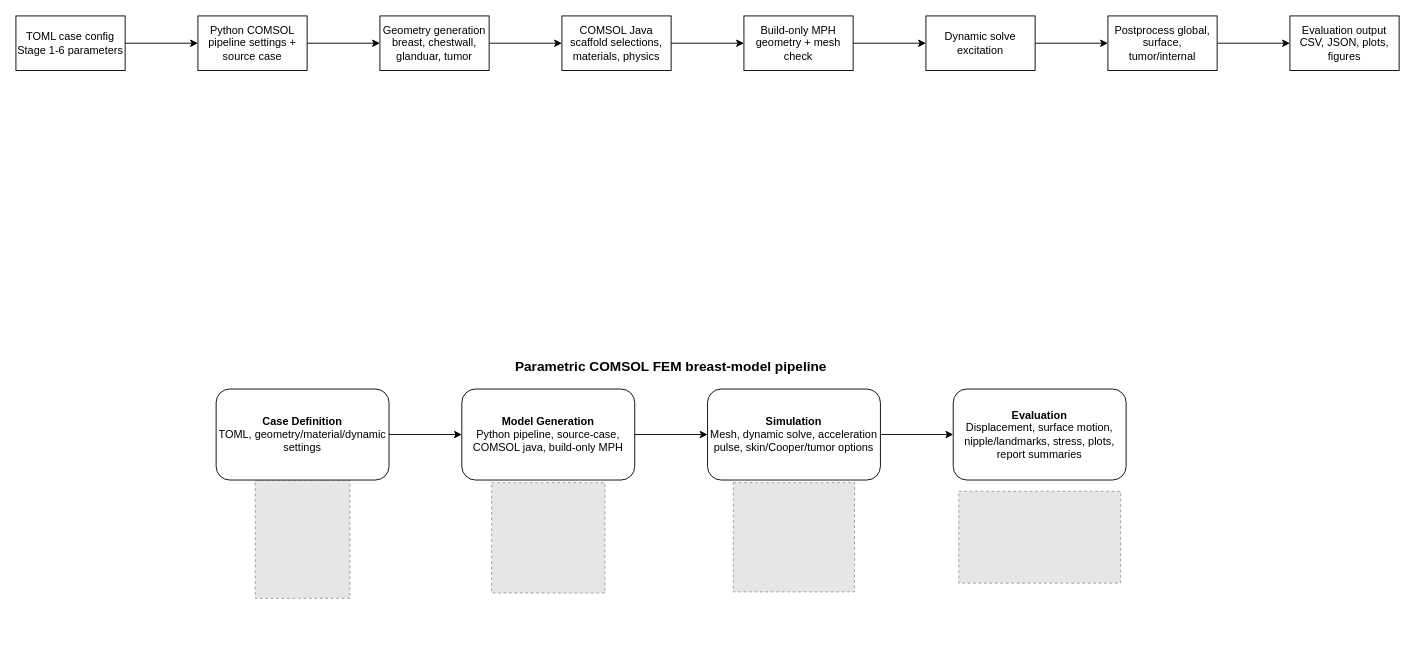
This is docs/Pipeline_overview.drawio from DaanKuijpers11/ews-comsol-breast-fem, a draw.io file, before an edit. Source tidied: cells renumbered, new cells numbered last; positions are measured from the earlier drawing's top-left corner, leaving out a move shared by most shapes. Both pictures are drawn from the tidied source at 91%, with x=0, y=0 at pixel (15, 15). Pictures stored in the file or linked from it are replaced by grey dashed boxes.
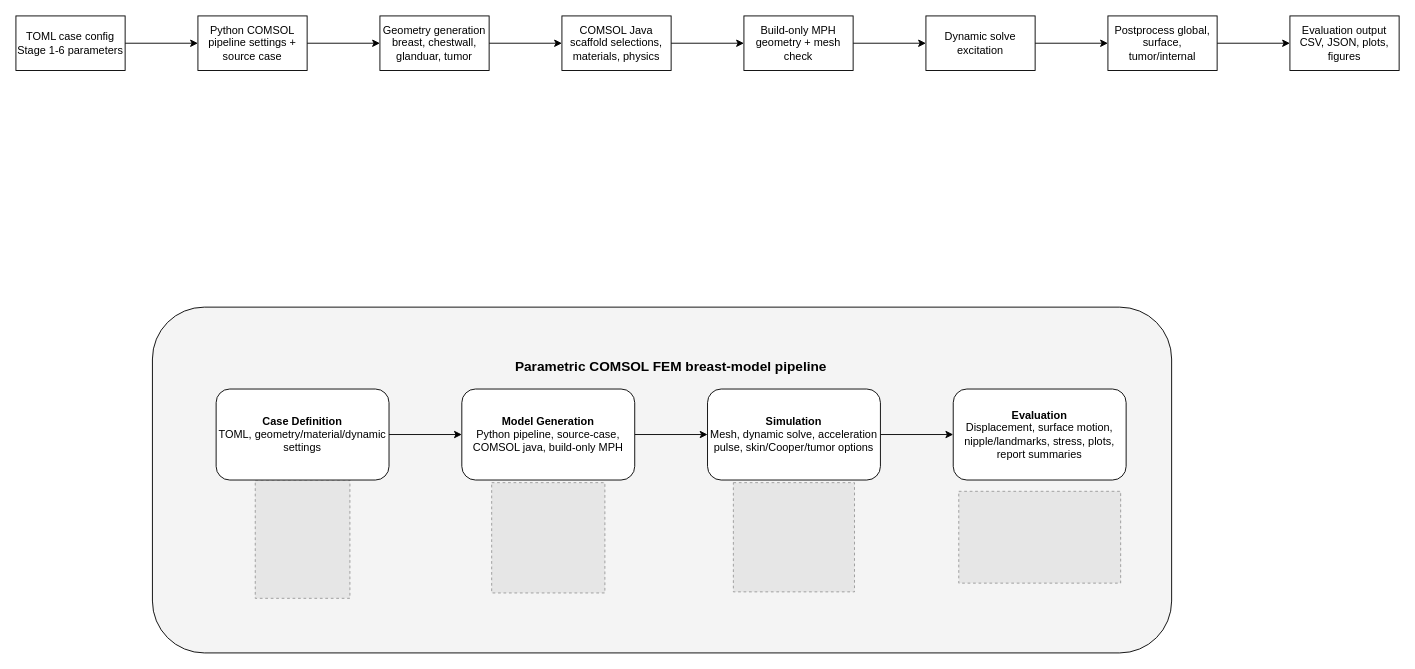
The same diagram, later.

Commit message (it also covers changes not shown here):
Afbeelding model overview update

Change to the diagram source:
```diff
@@
+    <mxCell id="29" style="rounded=1;whiteSpace=wrap;html=1;fillColor=#F4F4F4;strokeColor=default;" parent="1" vertex="1">
+      <mxGeometry x="150" y="320" width="1120" height="380" as="geometry" />
+    </mxCell>
```
